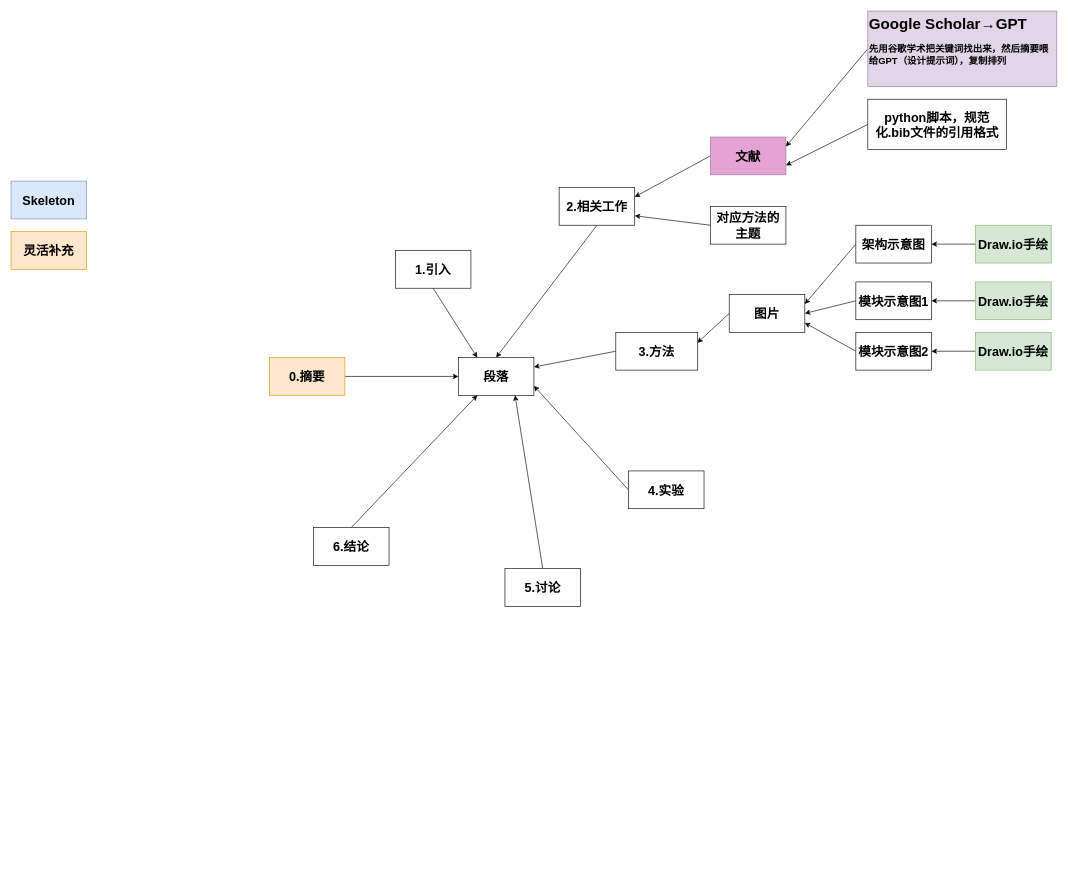
ShellRedia/PaperConclusion keeps this draw.io diagram as 构建思路.drawio. Above is the earlier version. Source tidied: cells renumbered, new cells numbered last; positions are measured from the earlier drawing's top-left corner, leaving out a move shared by most shapes. Both pictures are drawn from the tidied source at 63%, with x=0, y=0 at pixel (11, 11).
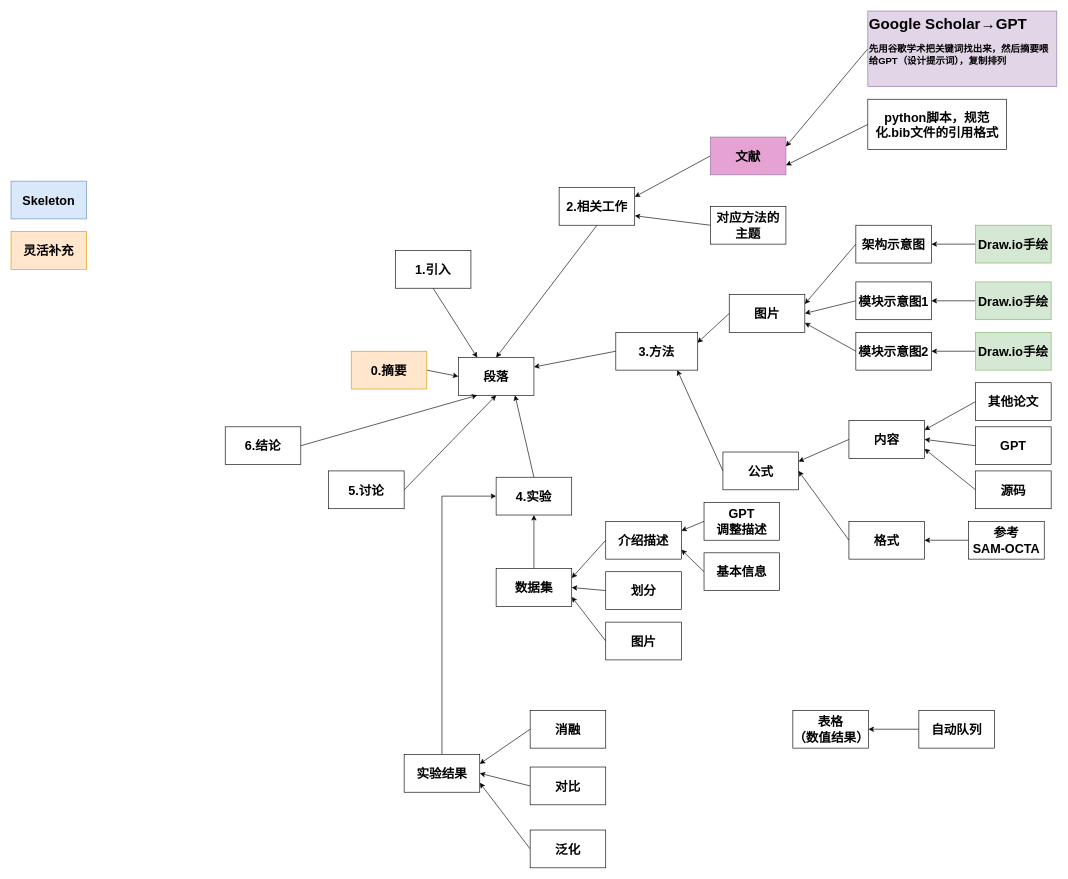
The same page after the edit.

Commit message:
更新构建思路.drawio

Unchanged cells that the change refers to:
```xml
<mxCell id="2" value="&lt;font style=&quot;font-size: 20px;&quot;&gt;&lt;b&gt;段落&lt;/b&gt;&lt;/font&gt;" style="rounded=0;whiteSpace=wrap;html=1;" parent="1" vertex="1">
  <mxGeometry x="710" y="550" width="120" height="60" as="geometry" />
</mxCell>
<mxCell id="41" value="&lt;font style=&quot;font-size: 20px;&quot;&gt;&lt;b&gt;3.方法&lt;/b&gt;&lt;/font&gt;" style="rounded=0;whiteSpace=wrap;html=1;" parent="1" vertex="1">
  <mxGeometry x="960" y="510" width="130" height="60" as="geometry" />
</mxCell>
```

The edit, as a diff of the source:
```diff
@@
-    <mxCell id="4" style="edgeStyle=none;rounded=0;jettySize=auto;html=1;exitX=0;exitY=0.5;exitDx=0;exitDy=0;entryX=1;entryY=0.75;entryDx=0;entryDy=0;" parent="1" edge="1" source="5" target="2">
+    <mxCell id="4" style="edgeStyle=none;rounded=0;jettySize=auto;html=1;exitX=0.5;exitY=0;exitDx=0;exitDy=0;entryX=0.75;entryY=1;entryDx=0;entryDy=0;" parent="1" edge="1" source="5" target="2">
       <mxGeometry relative="1" as="geometry" />
     </mxCell>
     <mxCell id="5" value="&lt;font style=&quot;font-size: 20px;&quot;&gt;&lt;b&gt;4.实验&lt;/b&gt;&lt;/font&gt;" style="rounded=0;whiteSpace=wrap;html=1;" parent="1" vertex="1">
-      <mxGeometry x="980" y="730" width="120" height="60" as="geometry" />
+      <mxGeometry x="770" y="740" width="120" height="60" as="geometry" />
     </mxCell>
@@
     <mxCell id="7" value="&lt;span style=&quot;font-size: 20px;&quot;&gt;&lt;b&gt;0.摘要&lt;/b&gt;&lt;/span&gt;" style="rounded=0;whiteSpace=wrap;html=1;fillColor=#ffe6cc;strokeColor=#d79b00;" parent="1" vertex="1">
-      <mxGeometry x="410" y="550" width="120" height="60" as="geometry" />
+      <mxGeometry x="540" y="540" width="120" height="60" as="geometry" />
     </mxCell>
@@
-    <mxCell id="18" style="edgeStyle=none;rounded=0;jettySize=auto;html=1;exitX=0.5;exitY=0;exitDx=0;exitDy=0;entryX=0.75;entryY=1;entryDx=0;entryDy=0;" parent="1" edge="1" source="19" target="2">
+    <mxCell id="18" style="edgeStyle=none;rounded=0;jettySize=auto;html=1;exitX=1;exitY=0.5;exitDx=0;exitDy=0;entryX=0.5;entryY=1;entryDx=0;entryDy=0;" parent="1" edge="1" source="19" target="2">
       <mxGeometry relative="1" as="geometry" />
     </mxCell>
     <mxCell id="19" value="&lt;font style=&quot;font-size: 20px;&quot;&gt;&lt;b&gt;5.讨论&lt;/b&gt;&lt;/font&gt;" style="rounded=0;whiteSpace=wrap;html=1;" parent="1" vertex="1">
-      <mxGeometry x="784" y="885" width="120" height="60" as="geometry" />
+      <mxGeometry x="504" y="730" width="120" height="60" as="geometry" />
     </mxCell>
-    <mxCell id="20" style="edgeStyle=none;rounded=0;jettySize=auto;html=1;exitX=0.5;exitY=0;exitDx=0;exitDy=0;entryX=0.25;entryY=1;entryDx=0;entryDy=0;" parent="1" edge="1" source="21" target="2">
+    <mxCell id="20" style="edgeStyle=none;rounded=0;jettySize=auto;html=1;exitX=1;exitY=0.5;exitDx=0;exitDy=0;entryX=0.25;entryY=1;entryDx=0;entryDy=0;" parent="1" edge="1" source="21" target="2">
       <mxGeometry relative="1" as="geometry" />
     </mxCell>
     <mxCell id="21" value="&lt;font style=&quot;font-size: 20px;&quot;&gt;&lt;b&gt;6.结论&lt;/b&gt;&lt;/font&gt;" style="rounded=0;whiteSpace=wrap;html=1;" parent="1" vertex="1">
-      <mxGeometry x="480" y="820" width="120" height="60" as="geometry" />
+      <mxGeometry x="340" y="660" width="120" height="60" as="geometry" />
     </mxCell>
@@
+    <mxCell id="42" style="edgeStyle=none;rounded=0;jettySize=auto;html=1;exitX=0;exitY=0.5;exitDx=0;exitDy=0;entryX=0.75;entryY=1;entryDx=0;entryDy=0;" parent="1" edge="1" source="43" target="41">
+      <mxGeometry relative="1" as="geometry" />
+    </mxCell>
+    <mxCell id="43" value="&lt;span style=&quot;font-size: 20px;&quot;&gt;&lt;b&gt;公式&lt;/b&gt;&lt;/span&gt;" style="rounded=0;whiteSpace=wrap;html=1;" parent="1" vertex="1">
+      <mxGeometry x="1130" y="700" width="120" height="60" as="geometry" />
+    </mxCell>
+    <mxCell id="44" style="edgeStyle=none;rounded=0;jettySize=auto;html=1;exitX=0;exitY=0.5;exitDx=0;exitDy=0;entryX=1;entryY=0.25;entryDx=0;entryDy=0;" parent="1" edge="1" source="45" target="43">
+      <mxGeometry relative="1" as="geometry" />
+    </mxCell>
+    <mxCell id="45" value="&lt;font style=&quot;font-size: 20px;&quot;&gt;&lt;b&gt;内容&lt;/b&gt;&lt;/font&gt;" style="rounded=0;whiteSpace=wrap;html=1;" parent="1" vertex="1">
+      <mxGeometry x="1330" y="650" width="120" height="60" as="geometry" />
+    </mxCell>
+    <mxCell id="46" style="edgeStyle=none;rounded=0;jettySize=auto;html=1;exitX=0;exitY=0.5;exitDx=0;exitDy=0;entryX=1;entryY=0.25;entryDx=0;entryDy=0;" parent="1" edge="1" source="47" target="45">
+      <mxGeometry relative="1" as="geometry" />
+    </mxCell>
+    <mxCell id="47" value="&lt;font style=&quot;font-size: 20px;&quot;&gt;&lt;b&gt;其他论文&lt;/b&gt;&lt;/font&gt;" style="rounded=0;whiteSpace=wrap;html=1;" parent="1" vertex="1">
+      <mxGeometry x="1531" y="590" width="120" height="60" as="geometry" />
+    </mxCell>
+    <mxCell id="48" style="edgeStyle=none;rounded=0;jettySize=auto;html=1;exitX=0;exitY=0.5;exitDx=0;exitDy=0;entryX=1;entryY=0.5;entryDx=0;entryDy=0;" parent="1" edge="1" source="49" target="51">
+      <mxGeometry relative="1" as="geometry" />
+    </mxCell>
+    <mxCell id="49" value="&lt;span style=&quot;font-size: 20px;&quot;&gt;&lt;b&gt;参考&lt;br&gt;SAM-OCTA&lt;/b&gt;&lt;/span&gt;" style="rounded=0;whiteSpace=wrap;html=1;" parent="1" vertex="1">
+      <mxGeometry x="1520" y="810" width="120" height="60" as="geometry" />
+    </mxCell>
+    <mxCell id="50" style="edgeStyle=none;rounded=0;jettySize=auto;html=1;exitX=0;exitY=0.5;exitDx=0;exitDy=0;entryX=1;entryY=0.5;entryDx=0;entryDy=0;" parent="1" edge="1" source="51" target="43">
+      <mxGeometry relative="1" as="geometry" />
+    </mxCell>
+    <mxCell id="51" value="&lt;span style=&quot;font-size: 20px;&quot;&gt;&lt;b&gt;格式&lt;/b&gt;&lt;/span&gt;" style="rounded=0;whiteSpace=wrap;html=1;" parent="1" vertex="1">
+      <mxGeometry x="1330" y="810" width="120" height="60" as="geometry" />
+    </mxCell>
+    <mxCell id="52" style="edgeStyle=none;rounded=0;jettySize=auto;html=1;exitX=0;exitY=0.5;exitDx=0;exitDy=0;entryX=1;entryY=0.5;entryDx=0;entryDy=0;" parent="1" edge="1" source="53" target="45">
+      <mxGeometry relative="1" as="geometry" />
+    </mxCell>
+    <mxCell id="53" value="&lt;font style=&quot;font-size: 20px;&quot;&gt;&lt;b&gt;GPT&lt;/b&gt;&lt;/font&gt;" style="rounded=0;whiteSpace=wrap;html=1;" parent="1" vertex="1">
+      <mxGeometry x="1531" y="660" width="120" height="60" as="geometry" />
+    </mxCell>
+    <mxCell id="54" style="edgeStyle=none;rounded=0;jettySize=auto;html=1;exitX=0;exitY=0.5;exitDx=0;exitDy=0;entryX=1;entryY=0.75;entryDx=0;entryDy=0;" parent="1" edge="1" source="55" target="45">
+      <mxGeometry relative="1" as="geometry" />
+    </mxCell>
+    <mxCell id="55" value="&lt;font style=&quot;font-size: 20px;&quot;&gt;&lt;b&gt;源码&lt;/b&gt;&lt;/font&gt;" style="rounded=0;whiteSpace=wrap;html=1;" parent="1" vertex="1">
+      <mxGeometry x="1531" y="730" width="120" height="60" as="geometry" />
+    </mxCell>
+    <mxCell id="56" style="edgeStyle=orthogonalEdgeStyle;rounded=0;jettySize=auto;html=1;exitX=0.5;exitY=0;exitDx=0;exitDy=0;entryX=0;entryY=0.5;entryDx=0;entryDy=0;" parent="1" edge="1" source="57" target="5">
+      <mxGeometry relative="1" as="geometry" />
+    </mxCell>
+    <mxCell id="57" value="&lt;font style=&quot;font-size: 20px;&quot;&gt;&lt;b&gt;实验结果&lt;/b&gt;&lt;/font&gt;" style="rounded=0;whiteSpace=wrap;html=1;" parent="1" vertex="1">
+      <mxGeometry x="624" y="1180" width="120" height="60" as="geometry" />
+    </mxCell>
+    <mxCell id="58" style="edgeStyle=none;rounded=0;jettySize=auto;html=1;exitX=0;exitY=0.5;exitDx=0;exitDy=0;entryX=1;entryY=0.25;entryDx=0;entryDy=0;" parent="1" edge="1" source="59" target="57">
+      <mxGeometry relative="1" as="geometry" />
+    </mxCell>
+    <mxCell id="59" value="&lt;font style=&quot;font-size: 20px;&quot;&gt;&lt;b&gt;消融&lt;/b&gt;&lt;/font&gt;" style="rounded=0;whiteSpace=wrap;html=1;" parent="1" vertex="1">
+      <mxGeometry x="824" y="1110" width="120" height="60" as="geometry" />
+    </mxCell>
+    <mxCell id="60" style="edgeStyle=none;rounded=0;jettySize=auto;html=1;exitX=0;exitY=0.5;exitDx=0;exitDy=0;entryX=1;entryY=0.5;entryDx=0;entryDy=0;" parent="1" edge="1" source="61" target="57">
+      <mxGeometry relative="1" as="geometry" />
+    </mxCell>
+    <mxCell id="61" value="&lt;font style=&quot;font-size: 20px;&quot;&gt;&lt;b&gt;对比&lt;/b&gt;&lt;/font&gt;" style="rounded=0;whiteSpace=wrap;html=1;" parent="1" vertex="1">
+      <mxGeometry x="824" y="1200" width="120" height="60" as="geometry" />
+    </mxCell>
+    <mxCell id="62" style="edgeStyle=none;rounded=0;jettySize=auto;html=1;exitX=0;exitY=0.5;exitDx=0;exitDy=0;entryX=1;entryY=0.75;entryDx=0;entryDy=0;" parent="1" edge="1" source="63" target="57">
+      <mxGeometry relative="1" as="geometry" />
+    </mxCell>
+    <mxCell id="63" value="&lt;font style=&quot;font-size: 20px;&quot;&gt;&lt;b&gt;泛化&lt;/b&gt;&lt;/font&gt;" style="rounded=0;whiteSpace=wrap;html=1;" parent="1" vertex="1">
+      <mxGeometry x="824" y="1300" width="120" height="60" as="geometry" />
+    </mxCell>
+    <mxCell id="64" value="&lt;font style=&quot;font-size: 20px;&quot;&gt;&lt;b&gt;表格&lt;br&gt;（数值结果）&lt;/b&gt;&lt;/font&gt;" style="rounded=0;whiteSpace=wrap;html=1;" parent="1" vertex="1">
+      <mxGeometry x="1241" y="1110" width="120" height="60" as="geometry" />
+    </mxCell>
+    <mxCell id="65" style="edgeStyle=none;rounded=0;jettySize=auto;html=1;exitX=0.5;exitY=0;exitDx=0;exitDy=0;entryX=0.5;entryY=1;entryDx=0;entryDy=0;" parent="1" edge="1" source="66" target="5">
+      <mxGeometry relative="1" as="geometry" />
+    </mxCell>
+    <mxCell id="66" value="&lt;span style=&quot;font-size: 20px;&quot;&gt;&lt;b&gt;数据集&lt;/b&gt;&lt;/span&gt;" style="rounded=0;whiteSpace=wrap;html=1;" parent="1" vertex="1">
+      <mxGeometry x="770" y="885" width="120" height="60" as="geometry" />
+    </mxCell>
+    <mxCell id="67" style="edgeStyle=none;rounded=0;jettySize=auto;html=1;exitX=0;exitY=0.5;exitDx=0;exitDy=0;entryX=1;entryY=0.25;entryDx=0;entryDy=0;" parent="1" edge="1" source="68" target="66">
+      <mxGeometry relative="1" as="geometry" />
+    </mxCell>
+    <mxCell id="68" value="&lt;font style=&quot;font-size: 20px;&quot;&gt;&lt;b&gt;介绍描述&lt;/b&gt;&lt;/font&gt;" style="rounded=0;whiteSpace=wrap;html=1;" parent="1" vertex="1">
+      <mxGeometry x="944" y="810" width="120" height="60" as="geometry" />
+    </mxCell>
+    <mxCell id="69" style="edgeStyle=none;rounded=0;jettySize=auto;html=1;exitX=0;exitY=0.5;exitDx=0;exitDy=0;entryX=1;entryY=0.5;entryDx=0;entryDy=0;" parent="1" edge="1" source="70" target="66">
+      <mxGeometry relative="1" as="geometry" />
+    </mxCell>
+    <mxCell id="70" value="&lt;span style=&quot;font-size: 20px;&quot;&gt;&lt;b&gt;划分&lt;/b&gt;&lt;/span&gt;" style="rounded=0;whiteSpace=wrap;html=1;" parent="1" vertex="1">
+      <mxGeometry x="944" y="890" width="120" height="60" as="geometry" />
+    </mxCell>
+    <mxCell id="71" style="edgeStyle=none;rounded=0;jettySize=auto;html=1;exitX=0;exitY=0.5;exitDx=0;exitDy=0;entryX=1;entryY=0.75;entryDx=0;entryDy=0;" parent="1" edge="1" source="72" target="66">
+      <mxGeometry relative="1" as="geometry" />
+    </mxCell>
+    <mxCell id="72" value="&lt;span style=&quot;font-size: 20px;&quot;&gt;&lt;b&gt;图片&lt;/b&gt;&lt;/span&gt;" style="rounded=0;whiteSpace=wrap;html=1;" parent="1" vertex="1">
+      <mxGeometry x="944" y="970" width="120" height="60" as="geometry" />
+    </mxCell>
+    <mxCell id="73" style="edgeStyle=none;rounded=0;jettySize=auto;html=1;exitX=0;exitY=0.5;exitDx=0;exitDy=0;entryX=1;entryY=0.25;entryDx=0;entryDy=0;" parent="1" edge="1" source="74" target="68">
+      <mxGeometry relative="1" as="geometry" />
+    </mxCell>
+    <mxCell id="74" value="&lt;font style=&quot;font-size: 20px;&quot;&gt;&lt;b&gt;GPT&lt;br&gt;调整描述&lt;/b&gt;&lt;/font&gt;" style="rounded=0;whiteSpace=wrap;html=1;" parent="1" vertex="1">
+      <mxGeometry x="1100" y="780" width="120" height="60" as="geometry" />
+    </mxCell>
+    <mxCell id="75" style="edgeStyle=none;rounded=0;jettySize=auto;html=1;exitX=0;exitY=0.5;exitDx=0;exitDy=0;entryX=1;entryY=0.75;entryDx=0;entryDy=0;" parent="1" edge="1" source="76" target="68">
+      <mxGeometry relative="1" as="geometry" />
+    </mxCell>
+    <mxCell id="76" value="&lt;font style=&quot;font-size: 20px;&quot;&gt;&lt;b&gt;基本信息&lt;/b&gt;&lt;/font&gt;" style="rounded=0;whiteSpace=wrap;html=1;" parent="1" vertex="1">
+      <mxGeometry x="1100" y="860" width="120" height="60" as="geometry" />
+    </mxCell>
+    <mxCell id="77" style="edgeStyle=none;rounded=0;jettySize=auto;html=1;exitX=0;exitY=0.5;exitDx=0;exitDy=0;entryX=1;entryY=0.5;entryDx=0;entryDy=0;" parent="1" edge="1" source="78" target="64">
+      <mxGeometry relative="1" as="geometry" />
+    </mxCell>
+    <mxCell id="78" value="&lt;span style=&quot;font-size: 20px;&quot;&gt;&lt;b&gt;自动队列&lt;/b&gt;&lt;/span&gt;" style="rounded=0;whiteSpace=wrap;html=1;" parent="1" vertex="1">
+      <mxGeometry x="1441" y="1110" width="120" height="60" as="geometry" />
+    </mxCell>
```
